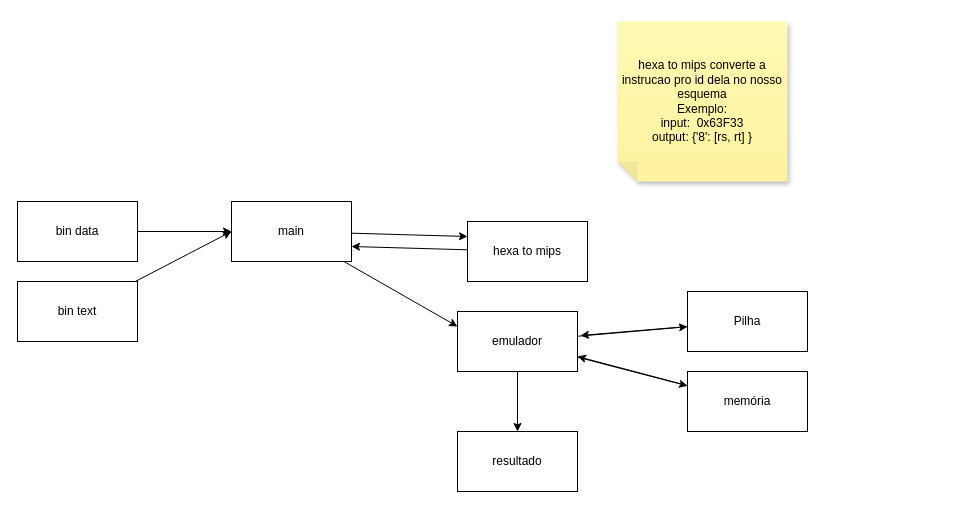
Earlier version of the draw.io diagram trabalho.drawio (edu010101/MIPS_Emulator). Source tidied: cells renumbered, new cells numbered last; positions are measured from the earlier drawing's top-left corner, leaving out a move shared by most shapes. Both pictures are drawn from the tidied source at 100%, with x=0, y=0 at pixel (17, 21).
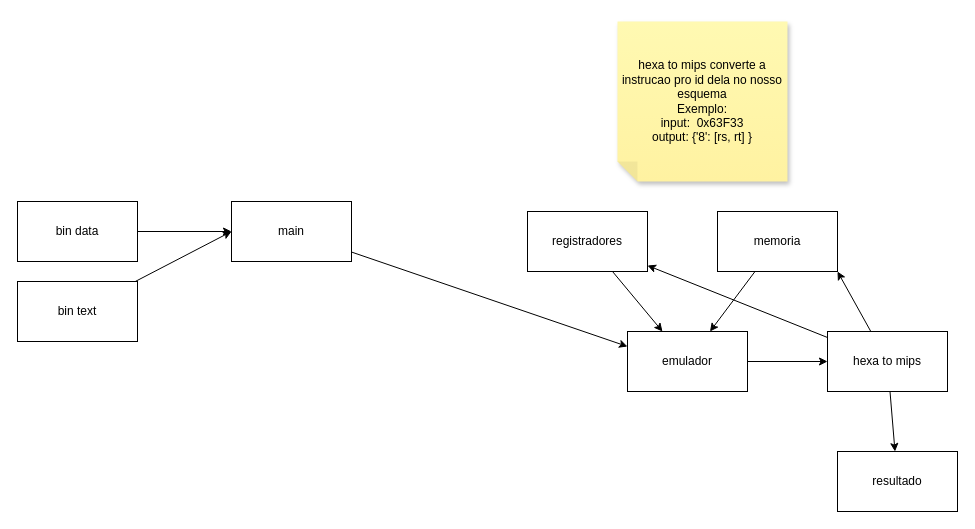
The same page after the edit.

Unchanged cells that the change refers to:
```xml
<mxCell id="4" value="main" style="whiteSpace=wrap;html=1;" parent="1" vertex="1">
  <mxGeometry x="214" y="180" width="120" height="60" as="geometry" />
</mxCell>
```

What changed in the source:
```diff
@@
-    <mxCell id="2" style="edgeStyle=none;html=1;entryX=0;entryY=0.25;entryDx=0;entryDy=0;" parent="1" edge="1" source="4" target="6">
-      <mxGeometry relative="1" as="geometry" />
-    </mxCell>
@@
-    <mxCell id="5" style="edgeStyle=none;html=1;entryX=1;entryY=0.75;entryDx=0;entryDy=0;" parent="1" edge="1" source="6" target="4">
-      <mxGeometry relative="1" as="geometry" />
-    </mxCell>
+    <mxCell id="21" style="edgeStyle=none;html=1;" parent="1" edge="1" source="6" target="13">
+      <mxGeometry relative="1" as="geometry" />
+    </mxCell>
+    <mxCell id="22" style="edgeStyle=none;html=1;entryX=1;entryY=1;entryDx=0;entryDy=0;" parent="1" edge="1" source="6" target="26">
+      <mxGeometry relative="1" as="geometry" />
+    </mxCell>
+    <mxCell id="23" style="edgeStyle=none;html=1;" parent="1" edge="1" source="6" target="18">
+      <mxGeometry relative="1" as="geometry" />
+    </mxCell>
     <mxCell id="6" value="hexa to mips" style="whiteSpace=wrap;html=1;" parent="1" vertex="1">
-      <mxGeometry x="450" y="200" width="120" height="60" as="geometry" />
+      <mxGeometry x="810" y="310" width="120" height="60" as="geometry" />
     </mxCell>
@@
-    <mxCell id="9" style="edgeStyle=none;html=1;" parent="1" edge="1" source="12" target="13">
-      <mxGeometry relative="1" as="geometry" />
-    </mxCell>
-    <mxCell id="10" style="edgeStyle=none;html=1;" parent="1" edge="1" source="12" target="16">
-      <mxGeometry relative="1" as="geometry" />
-    </mxCell>
-    <mxCell id="11" style="edgeStyle=none;html=1;" parent="1" edge="1" source="12" target="18">
-      <mxGeometry relative="1" as="geometry" />
-    </mxCell>
+    <mxCell id="24" style="edgeStyle=none;html=1;" parent="1" edge="1" source="12" target="6">
+      <mxGeometry relative="1" as="geometry" />
+    </mxCell>
     <mxCell id="12" value="emulador" style="whiteSpace=wrap;html=1;" parent="1" vertex="1">
-      <mxGeometry x="440" y="290" width="120" height="60" as="geometry" />
+      <mxGeometry x="610" y="310" width="120" height="60" as="geometry" />
     </mxCell>
     <mxCell id="13" value="resultado" style="whiteSpace=wrap;html=1;" parent="1" vertex="1">
-      <mxGeometry x="440" y="410" width="120" height="60" as="geometry" />
+      <mxGeometry x="820" y="430" width="120" height="60" as="geometry" />
     </mxCell>
@@
-    <mxCell id="15" style="edgeStyle=none;html=1;entryX=1.025;entryY=0.4;entryDx=0;entryDy=0;entryPerimeter=0;" parent="1" edge="1" source="16" target="12">
-      <mxGeometry relative="1" as="geometry" />
-    </mxCell>
-    <mxCell id="16" value="Pilha" style="whiteSpace=wrap;html=1;" parent="1" vertex="1">
-      <mxGeometry x="670" y="270" width="120" height="60" as="geometry" />
-    </mxCell>
-    <mxCell id="17" style="edgeStyle=none;html=1;entryX=1;entryY=0.75;entryDx=0;entryDy=0;" parent="1" edge="1" source="18" target="12">
+    <mxCell id="17" style="edgeStyle=none;html=1;" parent="1" edge="1" source="18" target="12">
       <mxGeometry relative="1" as="geometry" />
     </mxCell>
-    <mxCell id="18" value="memória" style="whiteSpace=wrap;html=1;" parent="1" vertex="1">
-      <mxGeometry x="670" y="350" width="120" height="60" as="geometry" />
+    <mxCell id="18" value="registradores" style="whiteSpace=wrap;html=1;" parent="1" vertex="1">
+      <mxGeometry x="510" y="190" width="120" height="60" as="geometry" />
     </mxCell>
@@
+    <mxCell id="25" style="edgeStyle=none;html=1;" parent="1" edge="1" source="26" target="12">
+      <mxGeometry relative="1" as="geometry" />
+    </mxCell>
+    <mxCell id="26" value="memoria" style="whiteSpace=wrap;html=1;" parent="1" vertex="1">
+      <mxGeometry x="700" y="190" width="120" height="60" as="geometry" />
+    </mxCell>
```
